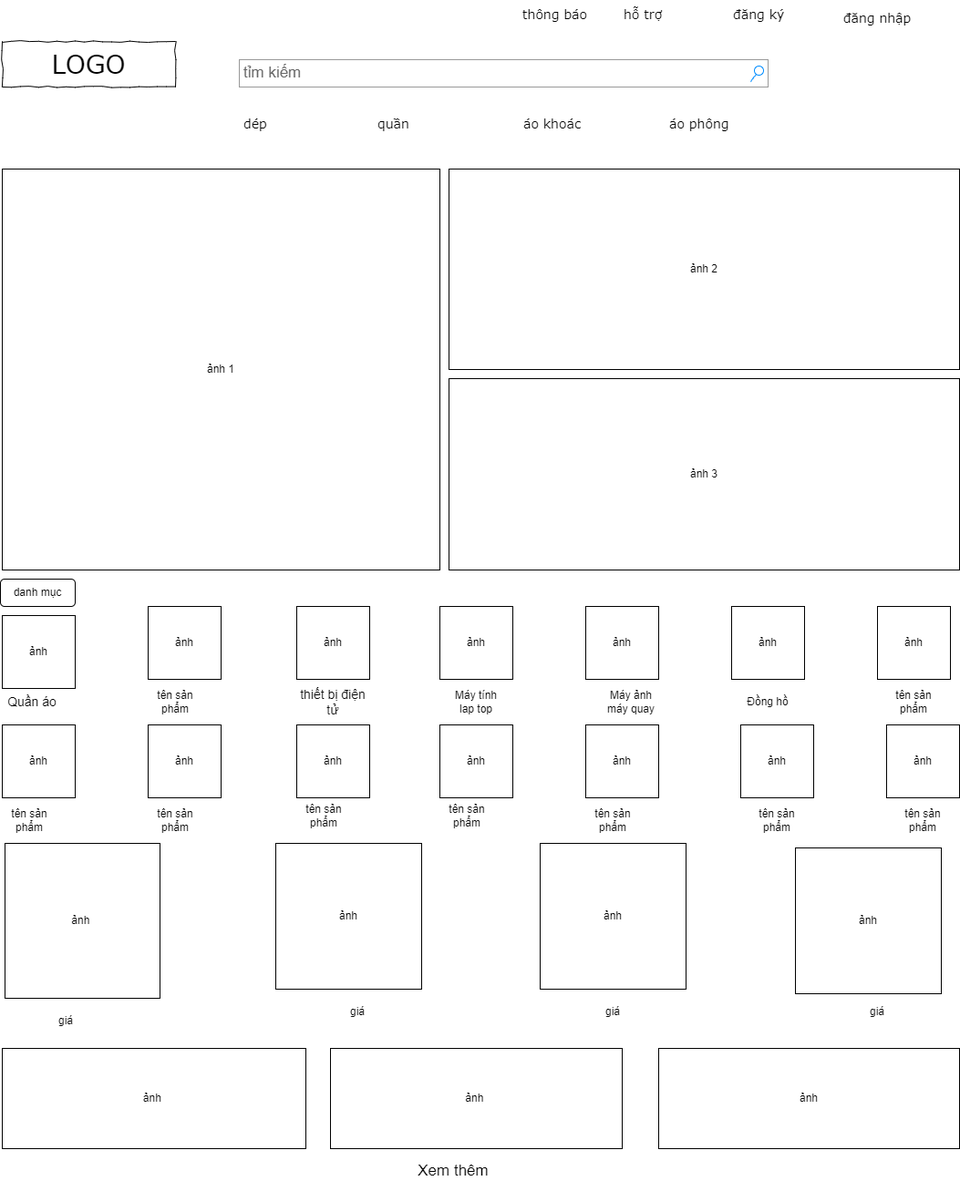
danvokhanh/web106_vodan keeps this draw.io diagram as img/trang chỉ máy tính.png. Above is the earlier version. Source tidied: cells renumbered, new cells last; positions are measured from the earlier drawing's top-left corner, leaving out a move shared by most shapes.
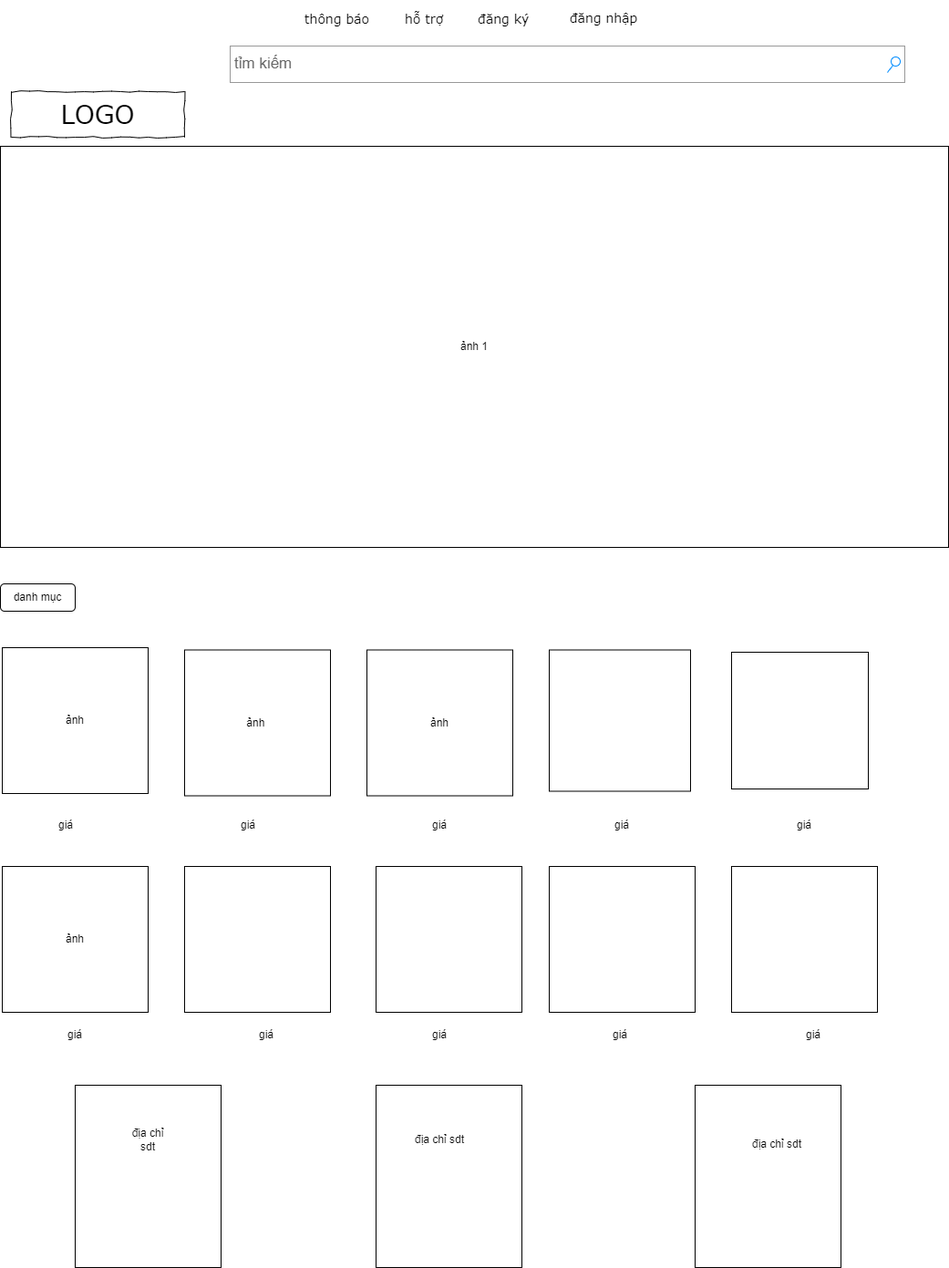
Above is the later version.

Commit message:
Cập nhật trang chỉ máy tính.png

What changed in the source:
```diff
@@ -3,34 +3,22 @@
     <mxCell id="0" />
     <mxCell id="1" parent="0" />
     <mxCell id="2" value="LOGO" style="whiteSpace=wrap;html=1;rounded=0;shadow=0;labelBackgroundColor=none;strokeWidth=1;fontFamily=Verdana;fontSize=28;align=center;comic=1;" parent="1" vertex="1">
-      <mxGeometry x="2" y="40" width="190" height="50" as="geometry" />
+      <mxGeometry x="12" y="90" width="190" height="50" as="geometry" />
     </mxCell>
     <mxCell id="3" value="tỉm kiếm" style="strokeWidth=1;shadow=0;dashed=0;align=center;html=1;shape=mxgraph.mockup.forms.searchBox;strokeColor=#999999;mainText=;strokeColor2=#008cff;fontColor=#666666;fontSize=17;align=left;spacingLeft=3;rounded=0;labelBackgroundColor=none;comic=1;" parent="1" vertex="1">
-      <mxGeometry x="262" y="60" width="580" height="30" as="geometry" />
+      <mxGeometry x="252" y="40" width="740" height="40" as="geometry" />
     </mxCell>
     <mxCell id="4" value="thông báo" style="text;html=1;align=left;verticalAlign=top;spacingTop=-4;fontSize=14;fontFamily=Verdana;" parent="1" vertex="1">
-      <mxGeometry x="570.5" width="60" height="20" as="geometry" />
+      <mxGeometry x="332" width="60" height="20" as="geometry" />
     </mxCell>
     <mxCell id="5" value="hỗ trợ" style="text;html=1;align=left;verticalAlign=top;spacingTop=-4;fontSize=14;fontFamily=Verdana;" parent="1" vertex="1">
-      <mxGeometry x="682" width="60" height="20" as="geometry" />
+      <mxGeometry x="442" width="60" height="20" as="geometry" />
     </mxCell>
     <mxCell id="6" value="đăng ký" style="text;html=1;align=left;verticalAlign=top;spacingTop=-4;fontSize=14;fontFamily=Verdana;" parent="1" vertex="1">
-      <mxGeometry x="802" width="60" height="20" as="geometry" />
+      <mxGeometry x="522" width="60" height="20" as="geometry" />
     </mxCell>
-    <mxCell id="7" value="dép" style="text;html=1;align=left;verticalAlign=top;spacingTop=-4;fontSize=14;fontFamily=Verdana;" parent="1" vertex="1">
-      <mxGeometry x="265" y="120" width="60" height="20" as="geometry" />
-    </mxCell>
-    <mxCell id="8" value="quần" style="text;html=1;align=left;verticalAlign=top;spacingTop=-4;fontSize=14;fontFamily=Verdana;" parent="1" vertex="1">
-      <mxGeometry x="412" y="120" width="60" height="20" as="geometry" />
-    </mxCell>
-    <mxCell id="9" value="áo khoác" style="text;html=1;align=left;verticalAlign=top;spacingTop=-4;fontSize=14;fontFamily=Verdana;" parent="1" vertex="1">
-      <mxGeometry x="572" y="120" width="57" height="20" as="geometry" />
-    </mxCell>
-    <mxCell id="10" value="áo phông" style="text;html=1;align=left;verticalAlign=top;spacingTop=-4;fontSize=14;fontFamily=Verdana;" parent="1" vertex="1">
-      <mxGeometry x="732" y="120" width="60" height="20" as="geometry" />
-    </mxCell>
     <mxCell id="11" value="&lt;pre&gt;&lt;font face=&quot;Verdana&quot; style=&quot;background-color: rgb(255, 255, 255); font-size: 14px;&quot;&gt;đăng nhập&lt;/font&gt;&lt;/pre&gt;" style="text;strokeColor=none;align=center;fillColor=none;html=1;verticalAlign=middle;whiteSpace=wrap;rounded=0;strokeWidth=1;" parent="1" vertex="1">
-      <mxGeometry x="932" width="60" height="30" as="geometry" />
+      <mxGeometry x="632" y="-5" width="60" height="30" as="geometry" />
     </mxCell>
     <mxCell id="12" style="endArrow=none;html=1;rounded=0;" parent="1" edge="1">
       <mxGeometry relative="1" as="geometry">
@@ -44,137 +32,92 @@
         <mxPoint x="602" y="210" as="targetPoint" />
       </mxGeometry>
     </mxCell>
-    <mxCell id="14" value="ảnh" style="whiteSpace=wrap;html=1;" parent="1" vertex="1">
-      <mxGeometry x="2" y="670" width="80" height="80" as="geometry" />
-    </mxCell>
-    <mxCell id="15" value="&lt;font style=&quot;font-size: 14px;&quot;&gt;Quần áo&lt;/font&gt;" style="text;strokeColor=none;align=center;fillColor=none;html=1;verticalAlign=middle;whiteSpace=wrap;rounded=0;" parent="1" vertex="1">
-      <mxGeometry x="5" y="750" width="60" height="30" as="geometry" />
-    </mxCell>
-    <mxCell id="16" value="ảnh" style="whiteSpace=wrap;html=1;" parent="1" vertex="1">
-      <mxGeometry x="162" y="660" width="80" height="80" as="geometry" />
-    </mxCell>
-    <mxCell id="17" value="ảnh" style="whiteSpace=wrap;html=1;" parent="1" vertex="1">
-      <mxGeometry x="325" y="660" width="80" height="80" as="geometry" />
-    </mxCell>
-    <mxCell id="18" value="&lt;font style=&quot;font-size: 14px;&quot;&gt;thiết bị điện tử&lt;/font&gt;" style="text;strokeColor=none;align=center;fillColor=none;html=1;verticalAlign=middle;whiteSpace=wrap;rounded=0;" parent="1" vertex="1">
-      <mxGeometry x="325" y="750" width="80" height="30" as="geometry" />
-    </mxCell>
-    <mxCell id="19" value="ảnh" style="whiteSpace=wrap;html=1;" parent="1" vertex="1">
-      <mxGeometry x="642" y="660" width="80" height="80" as="geometry" />
-    </mxCell>
-    <mxCell id="20" value="ảnh" style="whiteSpace=wrap;html=1;" parent="1" vertex="1">
-      <mxGeometry x="482" y="660" width="80" height="80" as="geometry" />
-    </mxCell>
-    <mxCell id="21" value="Máy tính lap top" style="text;strokeColor=none;align=center;fillColor=none;html=1;verticalAlign=middle;whiteSpace=wrap;rounded=0;" parent="1" vertex="1">
-      <mxGeometry x="492" y="750" width="60" height="30" as="geometry" />
-    </mxCell>
-    <mxCell id="22" value="Máy ảnh máy quay" style="text;strokeColor=none;align=center;fillColor=none;html=1;verticalAlign=middle;whiteSpace=wrap;rounded=0;" parent="1" vertex="1">
-      <mxGeometry x="662" y="750" width="60" height="30" as="geometry" />
-    </mxCell>
-    <mxCell id="23" value="Đồng hồ" style="text;strokeColor=none;align=center;fillColor=none;html=1;verticalAlign=middle;whiteSpace=wrap;rounded=0;" parent="1" vertex="1">
-      <mxGeometry x="812" y="750" width="60" height="30" as="geometry" />
-    </mxCell>
-    <mxCell id="24" value="ảnh&amp;nbsp;" style="rounded=0;whiteSpace=wrap;html=1;" parent="1" vertex="1">
-      <mxGeometry x="2" y="1145" width="333" height="110" as="geometry" />
-    </mxCell>
-    <mxCell id="25" value="ảnh&amp;nbsp;" style="rounded=0;whiteSpace=wrap;html=1;" parent="1" vertex="1">
-      <mxGeometry x="362" y="1145" width="320" height="110" as="geometry" />
-    </mxCell>
-    <mxCell id="26" value="ảnh" style="rounded=0;whiteSpace=wrap;html=1;" parent="1" vertex="1">
-      <mxGeometry x="722" y="1145" width="330" height="110" as="geometry" />
-    </mxCell>
-    <mxCell id="27" value="&lt;font style=&quot;font-size: 17px;&quot;&gt;Xem thêm&lt;/font&gt;" style="text;strokeColor=none;align=center;fillColor=none;html=1;verticalAlign=middle;whiteSpace=wrap;rounded=0;" parent="1" vertex="1">
-      <mxGeometry x="442" y="1270" width="110" height="20" as="geometry" />
-    </mxCell>
     <mxCell id="28" value="ảnh 1" style="rounded=0;whiteSpace=wrap;html=1;" parent="1" vertex="1">
-      <mxGeometry x="2" y="180" width="480" height="440" as="geometry" />
+      <mxGeometry y="150" width="1040" height="440" as="geometry" />
     </mxCell>
-    <mxCell id="29" value="ảnh 2" style="rounded=0;whiteSpace=wrap;html=1;" parent="1" vertex="1">
-      <mxGeometry x="492" y="180" width="560" height="220" as="geometry" />
-    </mxCell>
-    <mxCell id="30" value="ảnh 3" style="rounded=0;whiteSpace=wrap;html=1;" parent="1" vertex="1">
-      <mxGeometry x="492" y="410" width="560" height="210" as="geometry" />
-    </mxCell>
     <mxCell id="31" value="ảnh&amp;nbsp;" style="whiteSpace=wrap;html=1;" parent="1" vertex="1">
-      <mxGeometry x="5" y="920" width="170" height="170" as="geometry" />
+      <mxGeometry x="202" y="702.5" width="160" height="160" as="geometry" />
     </mxCell>
     <mxCell id="32" value="ảnh" style="whiteSpace=wrap;html=1;" parent="1" vertex="1">
-      <mxGeometry x="302" y="920" width="160" height="160" as="geometry" />
+      <mxGeometry x="2" y="700" width="160" height="160" as="geometry" />
     </mxCell>
     <mxCell id="33" value="ảnh" style="whiteSpace=wrap;html=1;" parent="1" vertex="1">
-      <mxGeometry x="592" y="920" width="160" height="160" as="geometry" />
+      <mxGeometry x="402" y="702.5" width="160" height="160" as="geometry" />
     </mxCell>
     <mxCell id="34" value="ảnh" style="whiteSpace=wrap;html=1;" parent="1" vertex="1">
-      <mxGeometry x="872" y="925" width="160" height="160" as="geometry" />
+      <mxGeometry x="2" y="940" width="160" height="160" as="geometry" />
     </mxCell>
     <mxCell id="35" value="giá" style="text;strokeColor=none;align=center;fillColor=none;html=1;verticalAlign=middle;whiteSpace=wrap;rounded=0;" parent="1" vertex="1">
-      <mxGeometry x="42" y="1100" width="60" height="30" as="geometry" />
+      <mxGeometry x="52" y="1110" width="60" height="30" as="geometry" />
     </mxCell>
     <mxCell id="36" value="giá" style="text;strokeColor=none;align=center;fillColor=none;html=1;verticalAlign=middle;whiteSpace=wrap;rounded=0;" parent="1" vertex="1">
-      <mxGeometry x="362" y="1090" width="60" height="30" as="geometry" />
+      <mxGeometry x="42" y="880" width="60" height="30" as="geometry" />
     </mxCell>
     <mxCell id="37" value="giá" style="text;strokeColor=none;align=center;fillColor=none;html=1;verticalAlign=middle;whiteSpace=wrap;rounded=0;" parent="1" vertex="1">
-      <mxGeometry x="642" y="1090" width="60" height="30" as="geometry" />
+      <mxGeometry x="242" y="880" width="60" height="30" as="geometry" />
     </mxCell>
     <mxCell id="38" value="giá" style="text;strokeColor=none;align=center;fillColor=none;html=1;verticalAlign=middle;whiteSpace=wrap;rounded=0;" parent="1" vertex="1">
-      <mxGeometry x="932" y="1090" width="60" height="30" as="geometry" />
+      <mxGeometry x="452" y="1110" width="60" height="30" as="geometry" />
     </mxCell>
-    <mxCell id="39" value="ảnh" style="whiteSpace=wrap;html=1;" parent="1" vertex="1">
-      <mxGeometry x="2" y="790" width="80" height="80" as="geometry" />
-    </mxCell>
-    <mxCell id="40" value="ảnh" style="whiteSpace=wrap;html=1;" parent="1" vertex="1">
-      <mxGeometry x="162" y="790" width="80" height="80" as="geometry" />
-    </mxCell>
-    <mxCell id="41" value="ảnh" style="whiteSpace=wrap;html=1;" parent="1" vertex="1">
-      <mxGeometry x="802" y="660" width="80" height="80" as="geometry" />
-    </mxCell>
-    <mxCell id="42" value="ảnh" style="whiteSpace=wrap;html=1;" parent="1" vertex="1">
-      <mxGeometry x="962" y="660" width="80" height="80" as="geometry" />
-    </mxCell>
-    <mxCell id="43" value="ảnh" style="whiteSpace=wrap;html=1;" parent="1" vertex="1">
-      <mxGeometry x="325" y="790" width="80" height="80" as="geometry" />
-    </mxCell>
-    <mxCell id="44" value="ảnh" style="whiteSpace=wrap;html=1;" parent="1" vertex="1">
-      <mxGeometry x="482" y="790" width="80" height="80" as="geometry" />
-    </mxCell>
-    <mxCell id="45" value="ảnh" style="whiteSpace=wrap;html=1;" parent="1" vertex="1">
-      <mxGeometry x="642" y="790" width="80" height="80" as="geometry" />
-    </mxCell>
-    <mxCell id="46" value="ảnh" style="whiteSpace=wrap;html=1;" parent="1" vertex="1">
-      <mxGeometry x="812" y="790" width="80" height="80" as="geometry" />
-    </mxCell>
-    <mxCell id="47" value="ảnh" style="whiteSpace=wrap;html=1;" parent="1" vertex="1">
-      <mxGeometry x="972" y="790" width="80" height="80" as="geometry" />
-    </mxCell>
     <mxCell id="48" value="danh mục" style="rounded=1;whiteSpace=wrap;html=1;" parent="1" vertex="1">
       <mxGeometry y="630" width="82" height="30" as="geometry" />
     </mxCell>
-    <mxCell id="49" value="tên sản phẩm" style="text;strokeColor=none;align=center;fillColor=none;html=1;verticalAlign=middle;whiteSpace=wrap;rounded=0;" parent="1" vertex="1">
-      <mxGeometry x="162" y="750" width="60" height="30" as="geometry" />
-    </mxCell>
-    <mxCell id="50" value="tên sản phẩm" style="text;strokeColor=none;align=center;fillColor=none;html=1;verticalAlign=middle;whiteSpace=wrap;rounded=0;" parent="1" vertex="1">
-      <mxGeometry x="972" y="750" width="60" height="30" as="geometry" />
-    </mxCell>
-    <mxCell id="51" value="tên sản phẩm" style="text;strokeColor=none;align=center;fillColor=none;html=1;verticalAlign=middle;whiteSpace=wrap;rounded=0;" parent="1" vertex="1">
-      <mxGeometry x="2" y="880" width="60" height="30" as="geometry" />
-    </mxCell>
-    <mxCell id="52" value="tên sản phẩm" style="text;strokeColor=none;align=center;fillColor=none;html=1;verticalAlign=middle;whiteSpace=wrap;rounded=0;" parent="1" vertex="1">
-      <mxGeometry x="162" y="875" width="60" height="40" as="geometry" />
-    </mxCell>
-    <mxCell id="53" value="tên sản phẩm" style="text;strokeColor=none;align=center;fillColor=none;html=1;verticalAlign=middle;whiteSpace=wrap;rounded=0;" parent="1" vertex="1">
-      <mxGeometry x="325" y="875" width="60" height="30" as="geometry" />
-    </mxCell>
-    <mxCell id="54" value="tên sản phẩm" style="text;strokeColor=none;align=center;fillColor=none;html=1;verticalAlign=middle;whiteSpace=wrap;rounded=0;" parent="1" vertex="1">
-      <mxGeometry x="482" y="875" width="60" height="30" as="geometry" />
-    </mxCell>
-    <mxCell id="55" value="tên sản phẩm" style="text;strokeColor=none;align=center;fillColor=none;html=1;verticalAlign=middle;whiteSpace=wrap;rounded=0;" parent="1" vertex="1">
-      <mxGeometry x="642" y="880" width="60" height="30" as="geometry" />
-    </mxCell>
-    <mxCell id="56" value="tên sản phẩm" style="text;strokeColor=none;align=center;fillColor=none;html=1;verticalAlign=middle;whiteSpace=wrap;rounded=0;" parent="1" vertex="1">
-      <mxGeometry x="822" y="880" width="60" height="30" as="geometry" />
-    </mxCell>
-    <mxCell id="57" value="tên sản phẩm" style="text;strokeColor=none;align=center;fillColor=none;html=1;verticalAlign=middle;whiteSpace=wrap;rounded=0;" parent="1" vertex="1">
-      <mxGeometry x="982" y="880" width="60" height="30" as="geometry" />
-    </mxCell>
+    <mxCell id="58" style="whiteSpace=wrap;html=1;" parent="1" vertex="1">
+      <mxGeometry x="202" y="940" width="160" height="160" as="geometry" />
+    </mxCell>
+    <mxCell id="59" style="whiteSpace=wrap;html=1;" parent="1" vertex="1">
+      <mxGeometry x="412" y="940" width="160" height="160" as="geometry" />
+    </mxCell>
+    <mxCell id="60" value="giá" style="text;strokeColor=none;align=center;fillColor=none;html=1;verticalAlign=middle;whiteSpace=wrap;rounded=0;" parent="1" vertex="1">
+      <mxGeometry x="262" y="1110" width="60" height="30" as="geometry" />
+    </mxCell>
+    <mxCell id="61" value="giá" style="text;strokeColor=none;align=center;fillColor=none;html=1;verticalAlign=middle;whiteSpace=wrap;rounded=0;" parent="1" vertex="1">
+      <mxGeometry x="452" y="880" width="60" height="30" as="geometry" />
+    </mxCell>
+    <mxCell id="62" style="edgeStyle=orthogonalEdgeStyle;rounded=0;orthogonalLoop=1;jettySize=auto;html=1;exitX=0.5;exitY=1;exitDx=0;exitDy=0;" parent="1" edge="1" source="31" target="31">
+      <mxGeometry relative="1" as="geometry" />
+    </mxCell>
+    <mxCell id="63" style="whiteSpace=wrap;html=1;" parent="1" vertex="1">
+      <mxGeometry x="602" y="702.5" width="155" height="155" as="geometry" />
+    </mxCell>
+    <mxCell id="64" style="whiteSpace=wrap;html=1;" parent="1" vertex="1">
+      <mxGeometry x="802" y="705" width="150" height="150" as="geometry" />
+    </mxCell>
+    <mxCell id="65" style="whiteSpace=wrap;html=1;" parent="1" vertex="1">
+      <mxGeometry x="602" y="940" width="160" height="160" as="geometry" />
+    </mxCell>
+    <mxCell id="66" style="whiteSpace=wrap;html=1;" parent="1" vertex="1">
+      <mxGeometry x="802" y="940" width="160" height="160" as="geometry" />
+    </mxCell>
+    <mxCell id="67" value="giá" style="text;strokeColor=none;align=center;fillColor=none;html=1;verticalAlign=middle;whiteSpace=wrap;rounded=0;" parent="1" vertex="1">
+      <mxGeometry x="652" y="880" width="60" height="30" as="geometry" />
+    </mxCell>
+    <mxCell id="68" value="giá&lt;br&gt;" style="text;strokeColor=none;align=center;fillColor=none;html=1;verticalAlign=middle;whiteSpace=wrap;rounded=0;" parent="1" vertex="1">
+      <mxGeometry x="852" y="880" width="60" height="30" as="geometry" />
+    </mxCell>
+    <mxCell id="69" value="giá" style="text;strokeColor=none;align=center;fillColor=none;html=1;verticalAlign=middle;whiteSpace=wrap;rounded=0;" parent="1" vertex="1">
+      <mxGeometry x="649.5" y="1110" width="60" height="30" as="geometry" />
+    </mxCell>
+    <mxCell id="70" value="giá" style="text;strokeColor=none;align=center;fillColor=none;html=1;verticalAlign=middle;whiteSpace=wrap;rounded=0;" parent="1" vertex="1">
+      <mxGeometry x="862" y="1110" width="60" height="30" as="geometry" />
+    </mxCell>
+    <mxCell id="71" style="rounded=0;whiteSpace=wrap;html=1;" parent="1" vertex="1">
+      <mxGeometry x="82" y="1180" width="160" height="200" as="geometry" />
+    </mxCell>
+    <mxCell id="72" style="rounded=0;whiteSpace=wrap;html=1;" parent="1" vertex="1">
+      <mxGeometry x="412" y="1180" width="160" height="200" as="geometry" />
+    </mxCell>
+    <mxCell id="73" style="rounded=0;whiteSpace=wrap;html=1;" parent="1" vertex="1">
+      <mxGeometry x="762" y="1180" width="160" height="200" as="geometry" />
+    </mxCell>
+    <mxCell id="74" value="địa chỉ sdt" style="text;strokeColor=none;align=center;fillColor=none;html=1;verticalAlign=middle;whiteSpace=wrap;rounded=0;" parent="1" vertex="1">
+      <mxGeometry x="137" y="1225" width="50" height="30" as="geometry" />
+    </mxCell>
+    <mxCell id="75" value="địa chỉ sdt" style="text;strokeColor=none;align=center;fillColor=none;html=1;verticalAlign=middle;whiteSpace=wrap;rounded=0;" parent="1" vertex="1">
+      <mxGeometry x="452" y="1225" width="60" height="30" as="geometry" />
+    </mxCell>
+    <mxCell id="76" value="địa chỉ sdt" style="text;strokeColor=none;align=center;fillColor=none;html=1;verticalAlign=middle;whiteSpace=wrap;rounded=0;" parent="1" vertex="1">
+      <mxGeometry x="822" y="1230" width="60" height="30" as="geometry" />
+    </mxCell>
   </root>
 </mxGraphModel>
```
